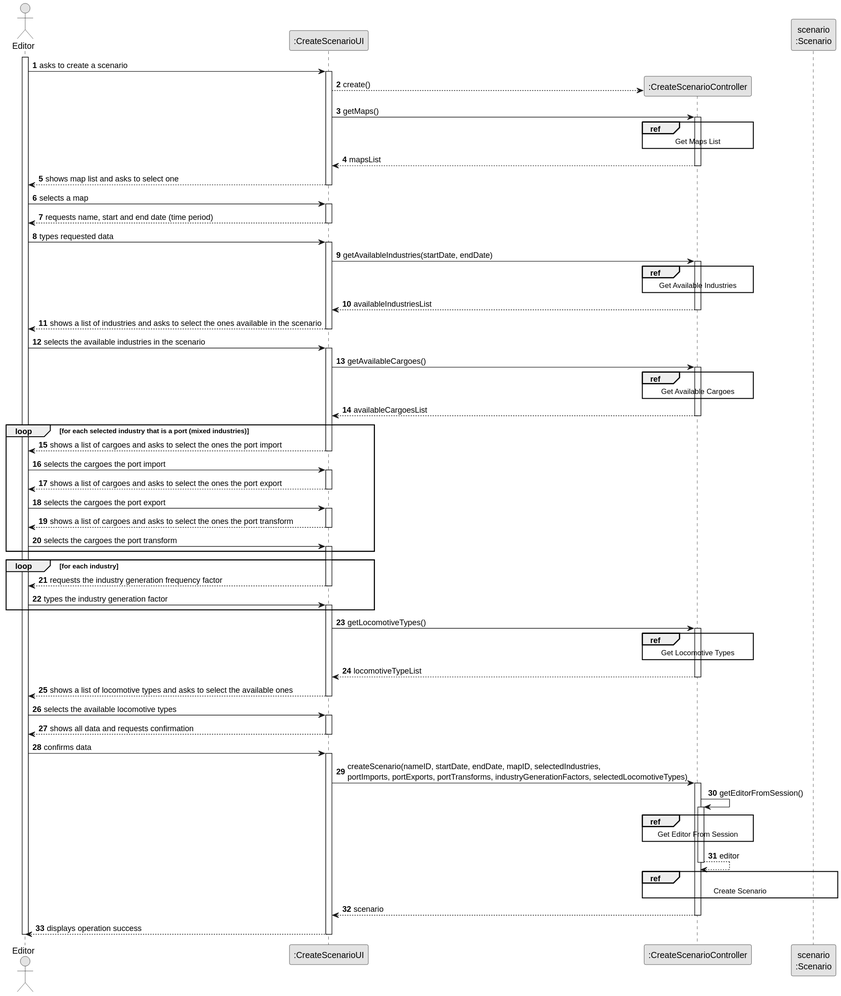
Above: docs/system-documentation/Sprint 2/US04/03.design/svg/US04-SD-split.svg in HenriqueSilva18/Railway-Network-Simulator (PlantUML), before the change.
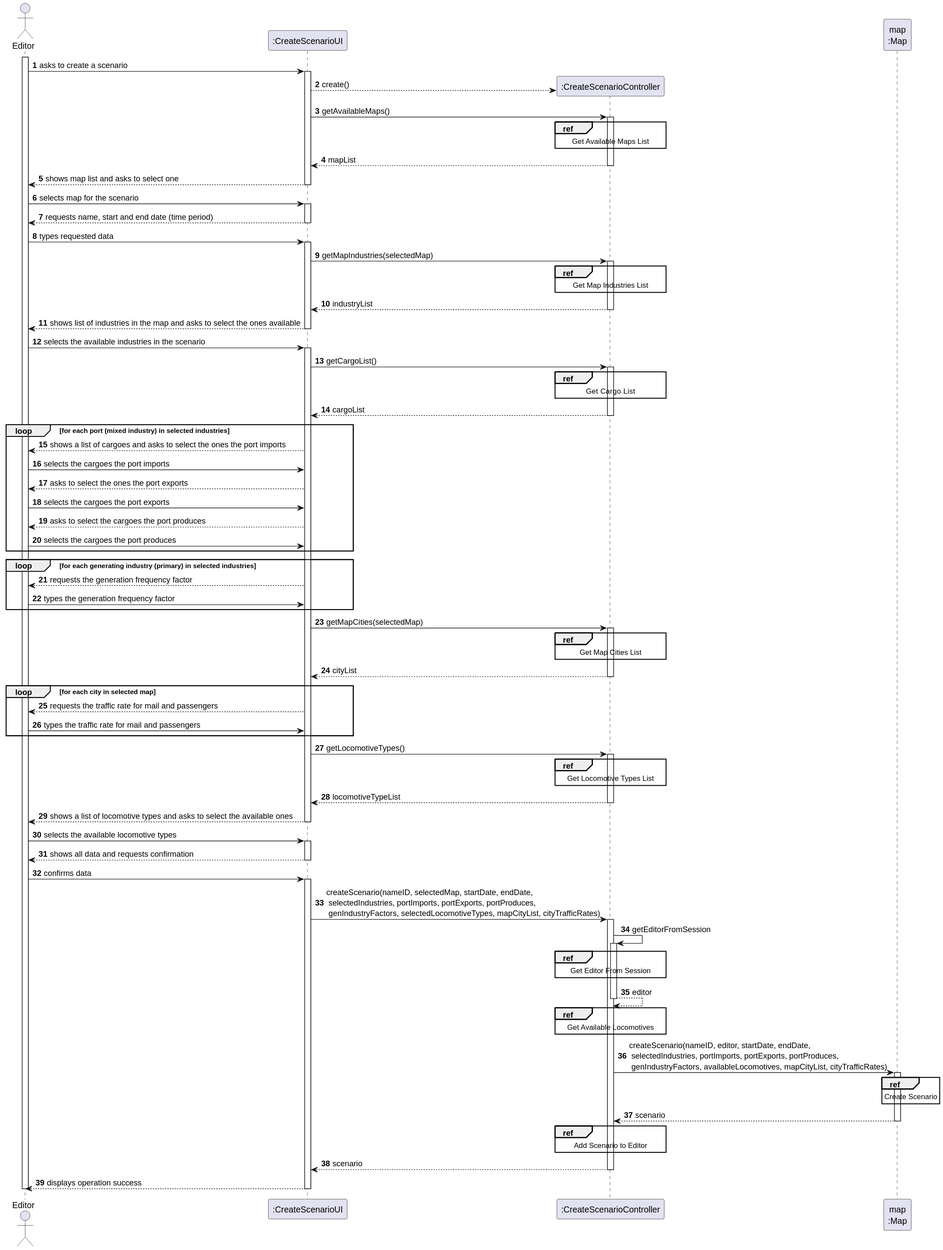
The same file after the commit.

Diff of the diagram source:
```diff
@@ -1,5 +1,4 @@
 @startuml
-skinparam monochrome true
 skinparam packageStyle rectangle
 skinparam shadowing false
 
@@ -8,7 +7,7 @@
 actor "Editor" as EDITOR
 participant ":CreateScenarioUI" as UI
 participant ":CreateScenarioController" as CTRL
-participant "scenario\n:Scenario" as SCENARIO
+participant "map\n:Map" as MAP
 
 activate EDITOR
 
@@ -16,80 +15,79 @@
     activate UI
         UI --> CTRL** : create()
 
-        UI -> CTRL : getMaps()
-        ref over CTRL
-            Get Maps List
-        end ref
-
+        UI -> CTRL : getAvailableMaps()
         activate CTRL
-            CTRL --> UI : mapsList
+            ref over CTRL
+                Get Available Maps List
+            end ref
+            CTRL --> UI : mapList
         deactivate CTRL
 
         UI --> EDITOR : shows map list and asks to select one
     deactivate UI
 
-    EDITOR -> UI : selects a map
+    EDITOR -> UI : selects map for the scenario
     activate UI
         UI --> EDITOR : requests name, start and end date (time period)
     deactivate UI
 
     EDITOR -> UI : types requested data
     activate UI
-        UI -> CTRL : getAvailableIndustries(startDate, endDate)
-        ref over CTRL
-            Get Available Industries
-        end ref
-
+        UI -> CTRL : getMapIndustries(selectedMap)
         activate CTRL
-            CTRL --> UI : availableIndustriesList
+            ref over CTRL
+                Get Map Industries List
+            end ref
+            CTRL --> UI : industryList
         deactivate CTRL
 
-        UI --> EDITOR : shows a list of industries and asks to select the ones available in the scenario
+        UI --> EDITOR : shows list of industries in the map and asks to select the ones available
     deactivate UI
 
     EDITOR -> UI : selects the available industries in the scenario
     activate UI
-        UI -> CTRL : getAvailableCargoes()
-        ref over CTRL
-            Get Available Cargoes
-        end ref
 
+        UI -> CTRL : getCargoList()
         activate CTRL
-            CTRL --> UI : availableCargoesList
+                        ref over CTRL
+                            Get Cargo  List
+                        end ref
+
+            CTRL --> UI : cargoList
         deactivate CTRL
 
-        loop for each selected industry that is a port (mixed industries)
-            UI --> EDITOR : shows a list of cargoes and asks to select the ones the port import
-            deactivate UI
-
-            EDITOR -> UI : selects the cargoes the port import
-            activate UI
-                UI --> EDITOR : shows a list of cargoes and asks to select the ones the port export
-            deactivate UI
-
-            EDITOR -> UI : selects the cargoes the port export
-            activate UI
-                UI --> EDITOR : shows a list of cargoes and asks to select the ones the port transform
-            deactivate UI
-
-            EDITOR -> UI : selects the cargoes the port transform
-            activate UI
+        loop for each port (mixed industry) in selected industries
+            UI --> EDITOR : shows a list of cargoes and asks to select the ones the port imports
+            EDITOR -> UI : selects the cargoes the port imports
+            UI --> EDITOR : asks to select the ones the port exports
+            EDITOR -> UI : selects the cargoes the port exports
+            UI --> EDITOR : asks to select the cargoes the port produces
+            EDITOR -> UI : selects the cargoes the port produces
         end
 
-        loop for each industry
-            UI --> EDITOR : requests the industry generation frequency factor
-            deactivate UI
+        loop for each generating industry (primary) in selected industries
+            UI --> EDITOR : requests the generation frequency factor
+            EDITOR -> UI : types the generation frequency factor
+        end
 
-            EDITOR -> UI : types the industry generation factor
-            activate UI
+        UI -> CTRL : getMapCities(selectedMap)
+        activate CTRL
+            ref over CTRL
+                Get Map Cities List
+            end ref
+            CTRL --> UI : cityList
+        deactivate CTRL
+
+        loop for each city in selected map
+            UI --> EDITOR : requests the traffic rate for mail and passengers
+            EDITOR -> UI : types the traffic rate for mail and passengers
         end
 
         UI -> CTRL : getLocomotiveTypes()
-        ref over CTRL
-            Get Locomotive Types
-        end ref
-
         activate CTRL
+            ref over CTRL
+                Get Locomotive Types List
+            end ref
             CTRL --> UI : locomotiveTypeList
         deactivate CTRL
 
@@ -103,24 +101,36 @@
 
     EDITOR -> UI : confirms data
     activate UI
-        UI -> CTRL : createScenario(nameID, startDate, endDate, mapID, selectedIndustries, \nportImports, portExports, portTransforms, industryGenerationFactors, selectedLocomotiveTypes)
+        UI -> CTRL : createScenario(nameID, selectedMap, startDate, endDate,\n selectedIndustries, portImports, portExports, portProduces,\n genIndustryFactors, selectedLocomotiveTypes, mapCityList, cityTrafficRates)
         activate CTRL
-            CTRL -> CTRL : getEditorFromSession()
+
+        CTRL -> CTRL : getEditorFromSession
+        activate CTRL
             ref over CTRL
                 Get Editor From Session
             end ref
+        CTRL --> CTRL : editor
+        deactivate CTRL
 
-            activate CTRL
-                CTRL --> CTRL : editor
-            deactivate CTRL
+                ref over CTRL
+                    Get Available Locomotives
+                end ref
 
-            ref over CTRL, SCENARIO
-                Create Scenario
+
+            CTRL -> MAP : createScenario(nameID, editor, startDate, endDate,\n selectedIndustries, portImports, portExports, portProduces,\n genIndustryFactors, availableLocomotives, mapCityList, cityTrafficRates)
+            activate MAP
+                ref over MAP
+                    Create Scenario
+                end ref
+                MAP --> CTRL : scenario
+            deactivate MAP
+
+            ref over CTRL
+                Add Scenario to Editor
             end ref
 
             CTRL --> UI : scenario
         deactivate CTRL
-
         UI --> EDITOR : displays operation success
     deactivate UI
 
```
